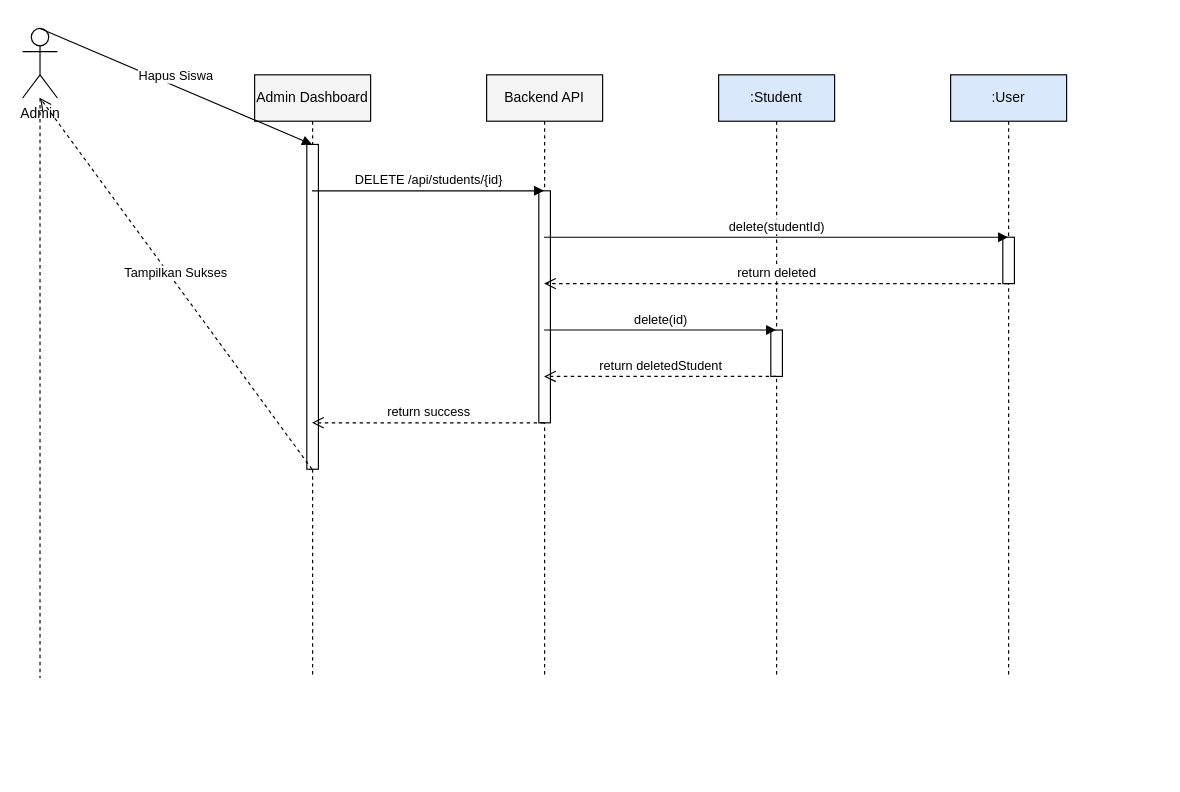
muhammaddzaki123/adminkassmpit keeps this draw.io diagram as docs/sequence_admin_delete_student.drawio. Above is the earlier version. Source tidied: cells renumbered, new cells numbered last; positions are measured from the earlier drawing's top-left corner, leaving out a move shared by most shapes. Both pictures are drawn from the tidied source at 116%, with x=0, y=0 at pixel (22, 28).
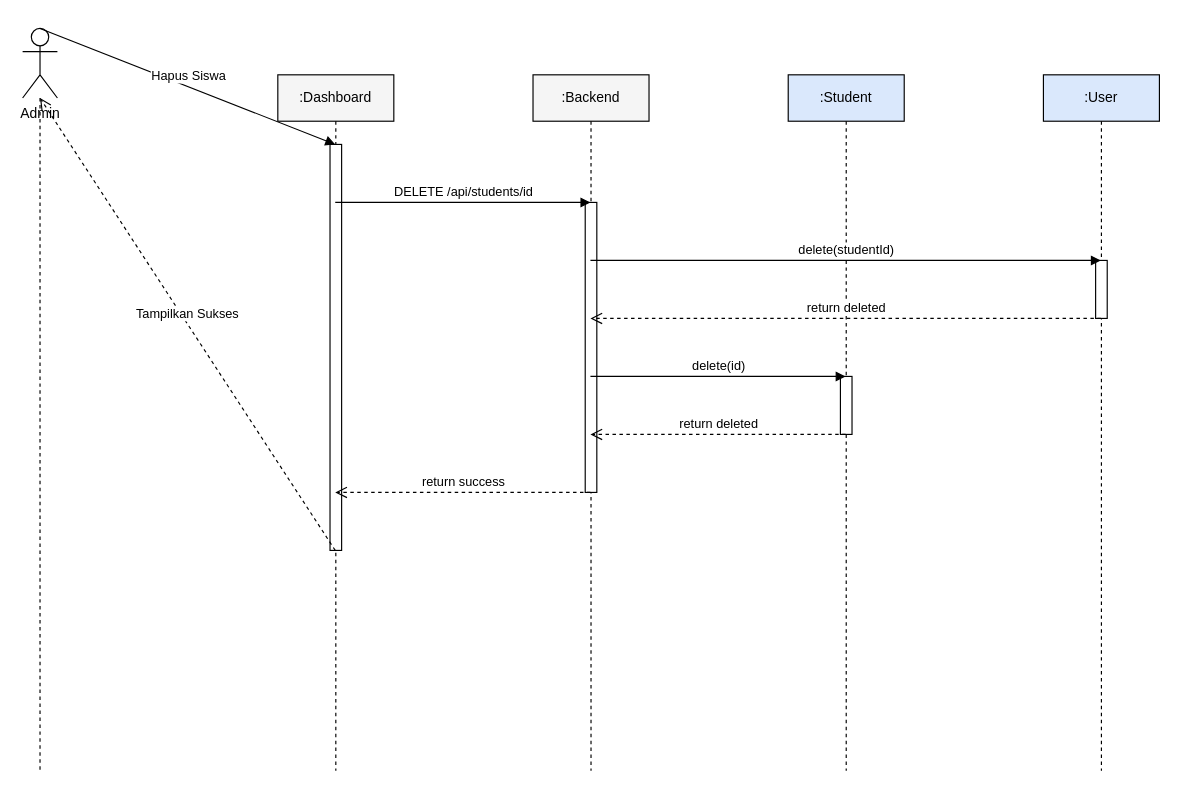
The same page after the edit.

The change refers to these unchanged cells:
```xml
<mxCell id="2" value="Admin" style="shape=umlActor;verticalLabelPosition=bottom;verticalAlign=top;html=1;outlineConnect=0;" parent="1" vertex="1">
  <mxGeometry width="30" height="60" as="geometry" />
</mxCell>
```

Diff of the diagram source:
```diff
@@
     <mxCell id="3" style="endArrow=none;dashed=1;html=1;" parent="1" edge="1" source="2">
       <mxGeometry relative="1" as="geometry">
-        <mxPoint x="15" y="560" as="targetPoint" />
+        <mxPoint x="15" y="640" as="targetPoint" />
       </mxGeometry>
     </mxCell>
-    <mxCell id="4" value="Admin Dashboard" style="shape=umlLifeline;perimeter=lifelinePerimeter;whiteSpace=wrap;html=1;outlineConnect=0;fillColor=#f5f5f5;" parent="1" vertex="1">
-      <mxGeometry x="200" y="40" width="100" height="520" as="geometry" />
+    <mxCell id="4" value=":Dashboard" style="shape=umlLifeline;perimeter=lifelinePerimeter;whiteSpace=wrap;html=1;outlineConnect=0;fillColor=#f5f5f5;" parent="1" vertex="1">
+      <mxGeometry x="220" y="40" width="100" height="600" as="geometry" />
     </mxCell>
-    <mxCell id="5" value="Backend API" style="shape=umlLifeline;perimeter=lifelinePerimeter;whiteSpace=wrap;html=1;outlineConnect=0;fillColor=#f5f5f5;" parent="1" vertex="1">
-      <mxGeometry x="400" y="40" width="100" height="520" as="geometry" />
+    <mxCell id="5" value=":Backend" style="shape=umlLifeline;perimeter=lifelinePerimeter;whiteSpace=wrap;html=1;outlineConnect=0;fillColor=#f5f5f5;" parent="1" vertex="1">
+      <mxGeometry x="440" y="40" width="100" height="600" as="geometry" />
     </mxCell>
     <mxCell id="6" value=":Student" style="shape=umlLifeline;perimeter=lifelinePerimeter;whiteSpace=wrap;html=1;outlineConnect=0;fillColor=#dae8fc;" parent="1" vertex="1">
-      <mxGeometry x="600" y="40" width="100" height="520" as="geometry" />
+      <mxGeometry x="660" y="40" width="100" height="600" as="geometry" />
     </mxCell>
     <mxCell id="7" value=":User" style="shape=umlLifeline;perimeter=lifelinePerimeter;whiteSpace=wrap;html=1;outlineConnect=0;fillColor=#dae8fc;" parent="1" vertex="1">
-      <mxGeometry x="800" y="40" width="100" height="520" as="geometry" />
+      <mxGeometry x="880" y="40" width="100" height="600" as="geometry" />
     </mxCell>
     <mxCell id="8" style="html=1;perimeter=orthogonalPerimeter;fillColor=#FFFFFF;strokeColor=#000000;" parent="1" vertex="1">
-      <mxGeometry x="845" y="180" width="10" height="40" as="geometry" />
+      <mxGeometry x="925" y="200" width="10" height="50" as="geometry" />
     </mxCell>
     <mxCell id="9" style="html=1;perimeter=orthogonalPerimeter;fillColor=#FFFFFF;strokeColor=#000000;" parent="1" vertex="1">
-      <mxGeometry x="645" y="260" width="10" height="40" as="geometry" />
+      <mxGeometry x="705" y="300" width="10" height="50" as="geometry" />
     </mxCell>
     <mxCell id="10" style="html=1;perimeter=orthogonalPerimeter;fillColor=#FFFFFF;strokeColor=#000000;" parent="1" vertex="1">
-      <mxGeometry x="445" y="140" width="10" height="200" as="geometry" />
+      <mxGeometry x="485" y="150" width="10" height="250" as="geometry" />
     </mxCell>
     <mxCell id="11" style="html=1;perimeter=orthogonalPerimeter;fillColor=#FFFFFF;strokeColor=#000000;" parent="1" vertex="1">
-      <mxGeometry x="245" y="100" width="10" height="280" as="geometry" />
+      <mxGeometry x="265" y="100" width="10" height="350" as="geometry" />
     </mxCell>
-    <mxCell id="12" value="Hapus Siswa" style="html=1;verticalAlign=bottom;endArrow=block;rounded=0;entryX=0.5;entryY=0.11538461538461539;exitX=0.5;exitY=0.11538461538461539;" parent="1" edge="1" source="2" target="4">
+    <mxCell id="12" value="Hapus Siswa" style="html=1;verticalAlign=bottom;endArrow=block;rounded=0;entryX=0.5;entryY=0.1;exitX=0.5;exitY=0.1;" parent="1" edge="1" source="2" target="4">
       <mxGeometry relative="1" as="geometry" />
     </mxCell>
-    <mxCell id="13" value="DELETE /api/students/{id}" style="html=1;verticalAlign=bottom;endArrow=block;rounded=0;entryX=0.5;entryY=0.19230769230769232;exitX=0.5;exitY=0.19230769230769232;" parent="1" edge="1" source="4" target="5">
+    <mxCell id="13" value="DELETE /api/students/id" style="html=1;verticalAlign=bottom;endArrow=block;rounded=0;entryX=0.5;entryY=0.18333333333333332;exitX=0.5;exitY=0.18333333333333332;" parent="1" edge="1" source="4" target="5">
       <mxGeometry relative="1" as="geometry" />
     </mxCell>
-    <mxCell id="14" value="delete(studentId)" style="html=1;verticalAlign=bottom;endArrow=block;rounded=0;entryX=0.5;entryY=0.2692307692307692;exitX=0.5;exitY=0.2692307692307692;" parent="1" edge="1" source="5" target="7">
+    <mxCell id="14" value="delete(studentId)" style="html=1;verticalAlign=bottom;endArrow=block;rounded=0;entryX=0.5;entryY=0.26666666666666666;exitX=0.5;exitY=0.26666666666666666;" parent="1" edge="1" source="5" target="7">
       <mxGeometry relative="1" as="geometry" />
     </mxCell>
-    <mxCell id="15" value="return deleted" style="html=1;verticalAlign=bottom;endArrow=open;dashed=1;endSize=8;rounded=0;entryX=0.5;entryY=0.34615384615384615;exitX=0.5;exitY=0.34615384615384615;" parent="1" edge="1" source="7" target="5">
+    <mxCell id="15" value="return deleted" style="html=1;verticalAlign=bottom;endArrow=open;dashed=1;endSize=8;rounded=0;entryX=0.5;entryY=0.35;exitX=0.5;exitY=0.35;" parent="1" edge="1" source="7" target="5">
       <mxGeometry relative="1" as="geometry" />
     </mxCell>
-    <mxCell id="16" value="delete(id)" style="html=1;verticalAlign=bottom;endArrow=block;rounded=0;entryX=0.5;entryY=0.4230769230769231;exitX=0.5;exitY=0.4230769230769231;" parent="1" edge="1" source="5" target="6">
+    <mxCell id="16" value="delete(id)" style="html=1;verticalAlign=bottom;endArrow=block;rounded=0;entryX=0.5;entryY=0.43333333333333335;exitX=0.5;exitY=0.43333333333333335;" parent="1" edge="1" source="5" target="6">
       <mxGeometry relative="1" as="geometry" />
     </mxCell>
-    <mxCell id="17" value="return deletedStudent" style="html=1;verticalAlign=bottom;endArrow=open;dashed=1;endSize=8;rounded=0;entryX=0.5;entryY=0.5;exitX=0.5;exitY=0.5;" parent="1" edge="1" source="6" target="5">
+    <mxCell id="17" value="return deleted" style="html=1;verticalAlign=bottom;endArrow=open;dashed=1;endSize=8;rounded=0;entryX=0.5;entryY=0.5166666666666667;exitX=0.5;exitY=0.5166666666666667;" parent="1" edge="1" source="6" target="5">
       <mxGeometry relative="1" as="geometry" />
     </mxCell>
-    <mxCell id="18" value="return success" style="html=1;verticalAlign=bottom;endArrow=open;dashed=1;endSize=8;rounded=0;entryX=0.5;entryY=0.5769230769230769;exitX=0.5;exitY=0.5769230769230769;" parent="1" edge="1" source="5" target="4">
+    <mxCell id="18" value="return success" style="html=1;verticalAlign=bottom;endArrow=open;dashed=1;endSize=8;rounded=0;entryX=0.5;entryY=0.6;exitX=0.5;exitY=0.6;" parent="1" edge="1" source="5" target="4">
       <mxGeometry relative="1" as="geometry" />
     </mxCell>
-    <mxCell id="19" value="Tampilkan Sukses" style="html=1;verticalAlign=bottom;endArrow=open;dashed=1;endSize=8;rounded=0;entryX=0.5;entryY=0.6538461538461539;exitX=0.5;exitY=0.6538461538461539;" parent="1" edge="1" source="4" target="2">
+    <mxCell id="19" value="Tampilkan Sukses" style="html=1;verticalAlign=bottom;endArrow=open;dashed=1;endSize=8;rounded=0;entryX=0.5;entryY=0.6833333333333333;exitX=0.5;exitY=0.6833333333333333;" parent="1" edge="1" source="4" target="2">
       <mxGeometry relative="1" as="geometry" />
     </mxCell>
```
